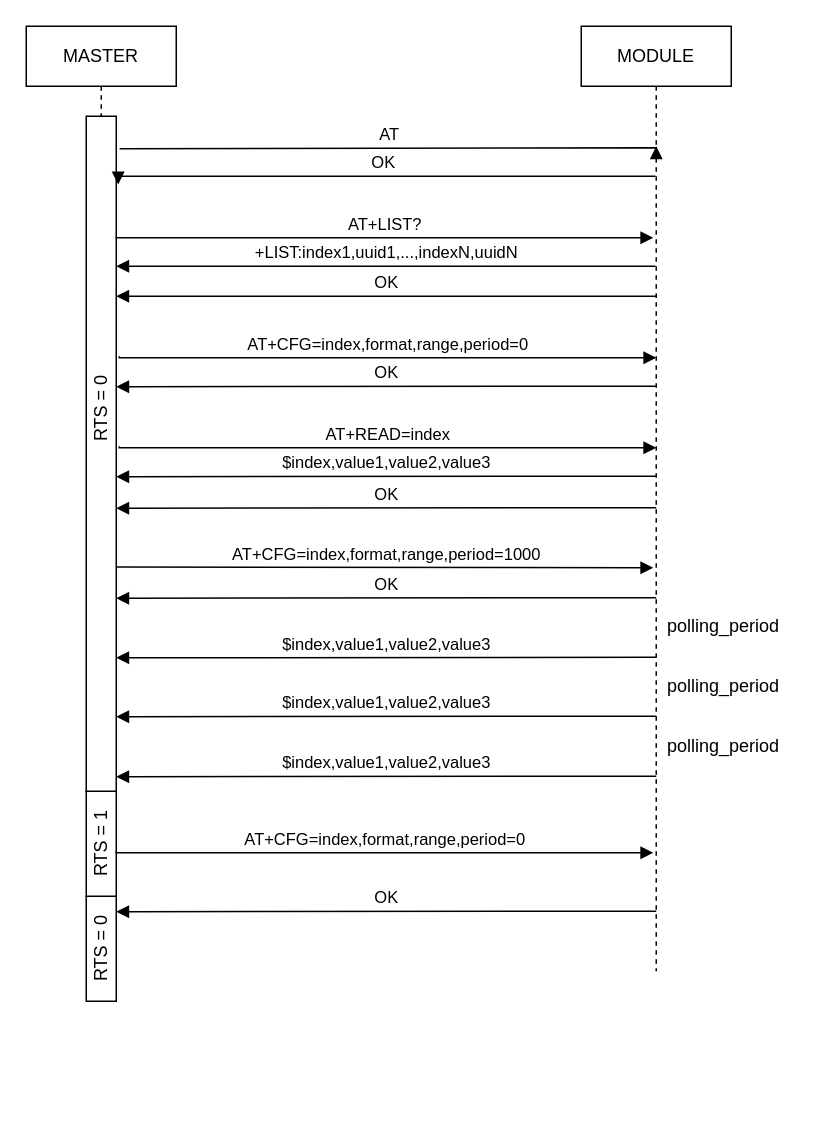
The draw.io diagram related-documents/diagrams/protocol-flow.drawio in Bastion-RND/school-lab, before the edit. Source tidied: cells renumbered, new cells numbered last; positions are measured from the earlier drawing's top-left corner, leaving out a move shared by most shapes. Both pictures are drawn from the tidied source at 150%, with x=0, y=0 at pixel (26, 26).
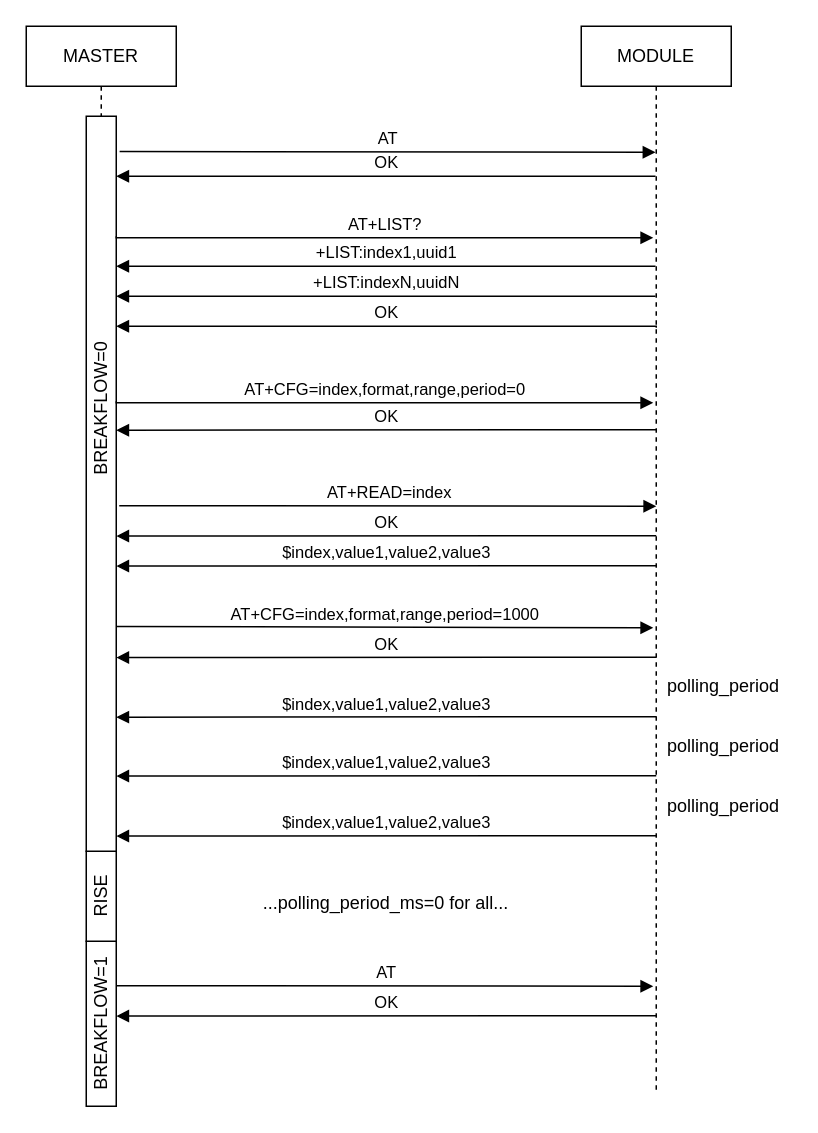
Above is the later version.

Diff of the diagram source:
```diff
@@
     <mxCell id="2" style="rounded=0;whiteSpace=wrap;html=1;" parent="1" vertex="1">
-      <mxGeometry x="40" y="580" width="20" height="70" as="geometry" />
+      <mxGeometry x="40" y="610" width="20" height="110" as="geometry" />
     </mxCell>
     <mxCell id="3" style="rounded=0;whiteSpace=wrap;html=1;" parent="1" vertex="1">
-      <mxGeometry x="40" y="510" width="20" height="70" as="geometry" />
+      <mxGeometry x="40" y="550" width="20" height="60" as="geometry" />
     </mxCell>
     <mxCell id="4" style="rounded=0;whiteSpace=wrap;html=1;" parent="1" vertex="1">
-      <mxGeometry x="40" y="60" width="20" height="450" as="geometry" />
+      <mxGeometry x="40" y="60" width="20" height="490" as="geometry" />
     </mxCell>
@@
     <mxCell id="6" value="MODULE" style="shape=umlLifeline;perimeter=lifelinePerimeter;whiteSpace=wrap;html=1;outlineConnect=0;portConstraint=eastwest;newEdgeStyle={&quot;edgeStyle&quot;:&quot;elbowEdgeStyle&quot;,&quot;elbow&quot;:&quot;vertical&quot;,&quot;curved&quot;:0,&quot;rounded&quot;:0};" parent="1" vertex="1">
-      <mxGeometry x="370" width="100" height="630" as="geometry" />
+      <mxGeometry x="370" width="100" height="710" as="geometry" />
     </mxCell>
-    <mxCell id="7" value="AT" style="html=1;verticalAlign=bottom;endArrow=block;edgeStyle=elbowEdgeStyle;elbow=vertical;curved=0;rounded=0;exitX=1.112;exitY=0.048;exitDx=0;exitDy=0;exitPerimeter=0;" parent="1" edge="1" source="4">
-      <mxGeometry relative="1" as="geometry">
-        <mxPoint x="420" y="80" as="targetPoint" />
-      </mxGeometry>
+    <mxCell id="7" value="AT" style="html=1;verticalAlign=bottom;endArrow=block;edgeStyle=elbowEdgeStyle;elbow=vertical;curved=0;rounded=0;exitX=1.112;exitY=0.048;exitDx=0;exitDy=0;exitPerimeter=0;" parent="1" edge="1" source="4" target="6">
+      <mxGeometry relative="1" as="geometry" />
     </mxCell>
-    <mxCell id="8" value="OK" style="html=1;verticalAlign=bottom;endArrow=block;edgeStyle=elbowEdgeStyle;elbow=vertical;curved=0;rounded=0;entryX=1.064;entryY=0.101;entryDx=0;entryDy=0;entryPerimeter=0;" parent="1" edge="1" source="6" target="4">
+    <mxCell id="8" value="OK" style="html=1;verticalAlign=bottom;endArrow=block;edgeStyle=elbowEdgeStyle;elbow=vertical;curved=0;rounded=0;" parent="1" edge="1" source="6">
       <mxGeometry relative="1" as="geometry">
+        <mxPoint x="60" y="100" as="targetPoint" />
         <Array as="points">
           <mxPoint x="350" y="100" />
           <mxPoint x="275" y="120" />
         </Array>
       </mxGeometry>
     </mxCell>
@@
-    <mxCell id="10" value="+LIST:index1,uuid1,...,indexN,uuidN" style="html=1;verticalAlign=bottom;endArrow=block;edgeStyle=elbowEdgeStyle;elbow=vertical;curved=0;rounded=0;" parent="1" edge="1">
+    <mxCell id="10" value="+LIST:index1,uuid1" style="html=1;verticalAlign=bottom;endArrow=block;edgeStyle=elbowEdgeStyle;elbow=vertical;curved=0;rounded=0;" parent="1" edge="1">
       <mxGeometry relative="1" as="geometry">
         <mxPoint x="419.5" y="160" as="sourcePoint" />
         <mxPoint x="60" y="160" as="targetPoint" />
         <Array as="points">
           <mxPoint x="350" y="160" />
           <mxPoint x="275" y="180" />
         </Array>
       </mxGeometry>
     </mxCell>
     <mxCell id="11" value="AT+CFG=index,format,range,period=0" style="html=1;verticalAlign=bottom;endArrow=block;edgeStyle=elbowEdgeStyle;elbow=vertical;curved=0;rounded=0;exitX=0.523;exitY=0.264;exitDx=0;exitDy=0;exitPerimeter=0;" parent="1" edge="1">
       <mxGeometry relative="1" as="geometry">
-        <mxPoint x="62" y="220" as="sourcePoint" />
-        <mxPoint x="420" y="221" as="targetPoint" />
+        <mxPoint x="60" y="250" as="sourcePoint" />
+        <mxPoint x="418" y="251" as="targetPoint" />
       </mxGeometry>
     </mxCell>
     <mxCell id="12" value="OK" style="html=1;verticalAlign=bottom;endArrow=block;edgeStyle=elbowEdgeStyle;elbow=vertical;curved=0;rounded=0;" parent="1" edge="1">
       <mxGeometry relative="1" as="geometry">
-        <mxPoint x="420" y="240" as="sourcePoint" />
-        <mxPoint x="60" y="240.3" as="targetPoint" />
+        <mxPoint x="420" y="269" as="sourcePoint" />
+        <mxPoint x="60" y="269.3" as="targetPoint" />
         <Array as="points">
-          <mxPoint x="350" y="240.3" />
-          <mxPoint x="275" y="260.3" />
+          <mxPoint x="350" y="269.3" />
+          <mxPoint x="275" y="289.3" />
         </Array>
       </mxGeometry>
     </mxCell>
     <mxCell id="13" value="AT+READ=index" style="html=1;verticalAlign=bottom;endArrow=block;edgeStyle=elbowEdgeStyle;elbow=vertical;curved=0;rounded=0;exitX=0.523;exitY=0.264;exitDx=0;exitDy=0;exitPerimeter=0;" parent="1" edge="1">
       <mxGeometry relative="1" as="geometry">
-        <mxPoint x="62" y="280" as="sourcePoint" />
-        <mxPoint x="420" y="281" as="targetPoint" />
+        <mxPoint x="62" y="319.6" as="sourcePoint" />
+        <mxPoint x="420" y="320.6" as="targetPoint" />
       </mxGeometry>
     </mxCell>
     <mxCell id="14" value="$index,value1,value2,value3" style="html=1;verticalAlign=bottom;endArrow=block;edgeStyle=elbowEdgeStyle;elbow=vertical;curved=0;rounded=0;" parent="1" edge="1">
       <mxGeometry relative="1" as="geometry">
-        <mxPoint x="420" y="300" as="sourcePoint" />
-        <mxPoint x="60" y="300.3" as="targetPoint" />
+        <mxPoint x="420" y="359.6" as="sourcePoint" />
+        <mxPoint x="60" y="359.9" as="targetPoint" />
         <Array as="points">
-          <mxPoint x="350" y="300.3" />
-          <mxPoint x="275" y="320.3" />
+          <mxPoint x="350" y="359.9" />
+          <mxPoint x="275" y="379.9" />
         </Array>
       </mxGeometry>
     </mxCell>
     <mxCell id="15" value="polling_period" style="text;html=1;strokeColor=none;fillColor=none;align=center;verticalAlign=middle;whiteSpace=wrap;rounded=0;" parent="1" vertex="1">
-      <mxGeometry x="420" y="470" width="90" height="20" as="geometry" />
+      <mxGeometry x="420" y="510" width="90" height="20" as="geometry" />
     </mxCell>
     <mxCell id="16" value="polling_period" style="text;html=1;strokeColor=none;fillColor=none;align=center;verticalAlign=middle;whiteSpace=wrap;rounded=0;" parent="1" vertex="1">
-      <mxGeometry x="420" y="390" width="90" height="20" as="geometry" />
+      <mxGeometry x="420" y="430" width="90" height="20" as="geometry" />
     </mxCell>
     <mxCell id="17" value="polling_period" style="text;html=1;strokeColor=none;fillColor=none;align=center;verticalAlign=middle;whiteSpace=wrap;rounded=0;" parent="1" vertex="1">
-      <mxGeometry x="420" y="430" width="90" height="20" as="geometry" />
+      <mxGeometry x="420" y="470" width="90" height="20" as="geometry" />
     </mxCell>
-    <mxCell id="18" value="RTS = 0" style="text;html=1;strokeColor=none;fillColor=none;align=center;verticalAlign=middle;whiteSpace=wrap;rounded=0;rotation=-90;" parent="1" vertex="1">
+    <mxCell id="18" value="BREAKFLOW=0" style="text;html=1;strokeColor=none;fillColor=none;align=center;verticalAlign=middle;whiteSpace=wrap;rounded=0;rotation=-90;" parent="1" vertex="1">
       <mxGeometry x="20" y="240" width="60" height="30" as="geometry" />
     </mxCell>
-    <mxCell id="19" value="RTS = 1" style="text;html=1;strokeColor=none;fillColor=none;align=center;verticalAlign=middle;whiteSpace=wrap;rounded=0;rotation=-90;" parent="1" vertex="1">
-      <mxGeometry x="20" y="530" width="60" height="30" as="geometry" />
+    <mxCell id="19" value="RISE" style="text;html=1;strokeColor=none;fillColor=none;align=center;verticalAlign=middle;whiteSpace=wrap;rounded=0;rotation=-90;" parent="1" vertex="1">
+      <mxGeometry x="20" y="565" width="60" height="30" as="geometry" />
     </mxCell>
-    <mxCell id="20" value="RTS = 0" style="text;html=1;strokeColor=none;fillColor=none;align=center;verticalAlign=middle;whiteSpace=wrap;rounded=0;rotation=-90;" parent="1" vertex="1">
-      <mxGeometry x="20" y="600" width="60" height="30" as="geometry" />
-    </mxCell>
     <mxCell id="21" value="OK" style="html=1;verticalAlign=bottom;endArrow=block;edgeStyle=elbowEdgeStyle;elbow=vertical;curved=0;rounded=0;" parent="1" edge="1">
       <mxGeometry relative="1" as="geometry">
-        <mxPoint x="420" y="181" as="sourcePoint" />
-        <mxPoint x="60" y="180" as="targetPoint" />
+        <mxPoint x="420" y="201" as="sourcePoint" />
+        <mxPoint x="60" y="200" as="targetPoint" />
         <Array as="points">
-          <mxPoint x="160" y="180" />
-          <mxPoint x="80" y="185" />
-          <mxPoint x="90" y="181" />
-          <mxPoint x="275" y="201" />
+          <mxPoint x="160" y="200" />
+          <mxPoint x="80" y="205" />
+          <mxPoint x="90" y="201" />
+          <mxPoint x="275" y="221" />
         </Array>
       </mxGeometry>
     </mxCell>
     <mxCell id="22" value="OK" style="html=1;verticalAlign=bottom;endArrow=block;edgeStyle=elbowEdgeStyle;elbow=vertical;curved=0;rounded=0;" parent="1" edge="1">
       <mxGeometry relative="1" as="geometry">
-        <mxPoint x="420" y="321" as="sourcePoint" />
-        <mxPoint x="60" y="321.3" as="targetPoint" />
+        <mxPoint x="420" y="339.6" as="sourcePoint" />
+        <mxPoint x="60" y="339.9" as="targetPoint" />
         <Array as="points">
-          <mxPoint x="350" y="321.3" />
-          <mxPoint x="275" y="341.3" />
+          <mxPoint x="350" y="339.9" />
+          <mxPoint x="275" y="359.9" />
         </Array>
       </mxGeometry>
     </mxCell>
     <mxCell id="23" value="AT+CFG=index,format,range,period=1000" style="html=1;verticalAlign=bottom;endArrow=block;edgeStyle=elbowEdgeStyle;elbow=vertical;curved=0;rounded=0;exitX=0.523;exitY=0.264;exitDx=0;exitDy=0;exitPerimeter=0;" parent="1" edge="1">
       <mxGeometry relative="1" as="geometry">
-        <mxPoint x="60" y="360.5" as="sourcePoint" />
-        <mxPoint x="418" y="361.5" as="targetPoint" />
+        <mxPoint x="60" y="400.1" as="sourcePoint" />
+        <mxPoint x="418" y="401.1" as="targetPoint" />
       </mxGeometry>
     </mxCell>
     <mxCell id="24" value="OK" style="html=1;verticalAlign=bottom;endArrow=block;edgeStyle=elbowEdgeStyle;elbow=vertical;curved=0;rounded=0;" parent="1" edge="1">
       <mxGeometry relative="1" as="geometry">
-        <mxPoint x="420" y="381" as="sourcePoint" />
-        <mxPoint x="60" y="381.3" as="targetPoint" />
+        <mxPoint x="420" y="420.6" as="sourcePoint" />
+        <mxPoint x="60" y="420.9" as="targetPoint" />
         <Array as="points">
-          <mxPoint x="350" y="381.3" />
-          <mxPoint x="275" y="401.3" />
+          <mxPoint x="350" y="420.9" />
+          <mxPoint x="275" y="440.9" />
         </Array>
       </mxGeometry>
     </mxCell>
     <mxCell id="25" value="$index,value1,value2,value3" style="html=1;verticalAlign=bottom;endArrow=block;edgeStyle=elbowEdgeStyle;elbow=vertical;curved=0;rounded=0;" parent="1" edge="1">
       <mxGeometry relative="1" as="geometry">
-        <mxPoint x="420" y="420.7" as="sourcePoint" />
-        <mxPoint x="60" y="421" as="targetPoint" />
+        <mxPoint x="420" y="460.3" as="sourcePoint" />
+        <mxPoint x="60" y="460.6" as="targetPoint" />
         <Array as="points">
-          <mxPoint x="350" y="421" />
-          <mxPoint x="275" y="441" />
+          <mxPoint x="350" y="460.6" />
+          <mxPoint x="275" y="480.6" />
         </Array>
       </mxGeometry>
     </mxCell>
     <mxCell id="26" value="$index,value1,value2,value3" style="html=1;verticalAlign=bottom;endArrow=block;edgeStyle=elbowEdgeStyle;elbow=vertical;curved=0;rounded=0;" parent="1" edge="1">
       <mxGeometry relative="1" as="geometry">
-        <mxPoint x="420" y="460" as="sourcePoint" />
-        <mxPoint x="60" y="460.3" as="targetPoint" />
+        <mxPoint x="420" y="499.6" as="sourcePoint" />
+        <mxPoint x="60" y="499.9" as="targetPoint" />
         <Array as="points">
-          <mxPoint x="350" y="460.3" />
-          <mxPoint x="275" y="480.3" />
+          <mxPoint x="350" y="499.9" />
+          <mxPoint x="275" y="519.9" />
         </Array>
       </mxGeometry>
     </mxCell>
     <mxCell id="27" value="$index,value1,value2,value3" style="html=1;verticalAlign=bottom;endArrow=block;edgeStyle=elbowEdgeStyle;elbow=vertical;curved=0;rounded=0;" parent="1" edge="1">
       <mxGeometry relative="1" as="geometry">
-        <mxPoint x="420" y="500" as="sourcePoint" />
-        <mxPoint x="60" y="500.3" as="targetPoint" />
+        <mxPoint x="420" y="539.6" as="sourcePoint" />
+        <mxPoint x="60" y="539.9" as="targetPoint" />
         <Array as="points">
-          <mxPoint x="350" y="500.3" />
-          <mxPoint x="275" y="520.3" />
+          <mxPoint x="350" y="539.9" />
+          <mxPoint x="275" y="559.9" />
         </Array>
       </mxGeometry>
     </mxCell>
-    <mxCell id="28" value="AT+CFG=index,format,range,period=0" style="html=1;verticalAlign=bottom;endArrow=block;edgeStyle=elbowEdgeStyle;elbow=vertical;curved=0;rounded=0;exitX=0.523;exitY=0.264;exitDx=0;exitDy=0;exitPerimeter=0;" parent="1" edge="1">
+    <mxCell id="28" value="AT" style="html=1;verticalAlign=bottom;endArrow=block;edgeStyle=elbowEdgeStyle;elbow=vertical;curved=0;rounded=0;exitX=0.523;exitY=0.264;exitDx=0;exitDy=0;exitPerimeter=0;" parent="1" edge="1">
       <mxGeometry relative="1" as="geometry">
-        <mxPoint x="60" y="550" as="sourcePoint" />
-        <mxPoint x="418" y="551" as="targetPoint" />
+        <mxPoint x="60" y="639.6" as="sourcePoint" />
+        <mxPoint x="418" y="640.6" as="targetPoint" />
       </mxGeometry>
     </mxCell>
     <mxCell id="29" value="OK" style="html=1;verticalAlign=bottom;endArrow=block;edgeStyle=elbowEdgeStyle;elbow=vertical;curved=0;rounded=0;" parent="1" edge="1">
       <mxGeometry relative="1" as="geometry">
-        <mxPoint x="420" y="590" as="sourcePoint" />
-        <mxPoint x="60" y="590.3" as="targetPoint" />
+        <mxPoint x="420" y="659.6" as="sourcePoint" />
+        <mxPoint x="60" y="659.9" as="targetPoint" />
         <Array as="points">
-          <mxPoint x="350" y="590.3" />
-          <mxPoint x="275" y="610.3" />
+          <mxPoint x="350" y="659.9" />
+          <mxPoint x="275" y="679.9" />
         </Array>
       </mxGeometry>
     </mxCell>
+    <mxCell id="30" value="BREAKFLOW=1" style="text;html=1;strokeColor=none;fillColor=none;align=center;verticalAlign=middle;whiteSpace=wrap;rounded=0;rotation=-90;" parent="1" vertex="1">
+      <mxGeometry x="20" y="650" width="60" height="30" as="geometry" />
+    </mxCell>
+    <mxCell id="31" value="...polling_period_ms=0 for all..." style="text;html=1;strokeColor=none;fillColor=none;align=center;verticalAlign=middle;whiteSpace=wrap;rounded=0;" parent="1" vertex="1">
+      <mxGeometry x="150" y="569.6" width="180" height="30" as="geometry" />
+    </mxCell>
+    <mxCell id="32" value="+LIST:indexN,uuidN" style="html=1;verticalAlign=bottom;endArrow=block;edgeStyle=elbowEdgeStyle;elbow=vertical;curved=0;rounded=0;" parent="1" edge="1">
+      <mxGeometry relative="1" as="geometry">
+        <mxPoint x="419.5" y="180" as="sourcePoint" />
+        <mxPoint x="60" y="180" as="targetPoint" />
+        <Array as="points">
+          <mxPoint x="350" y="180" />
+          <mxPoint x="275" y="200" />
+        </Array>
+      </mxGeometry>
+    </mxCell>
```
